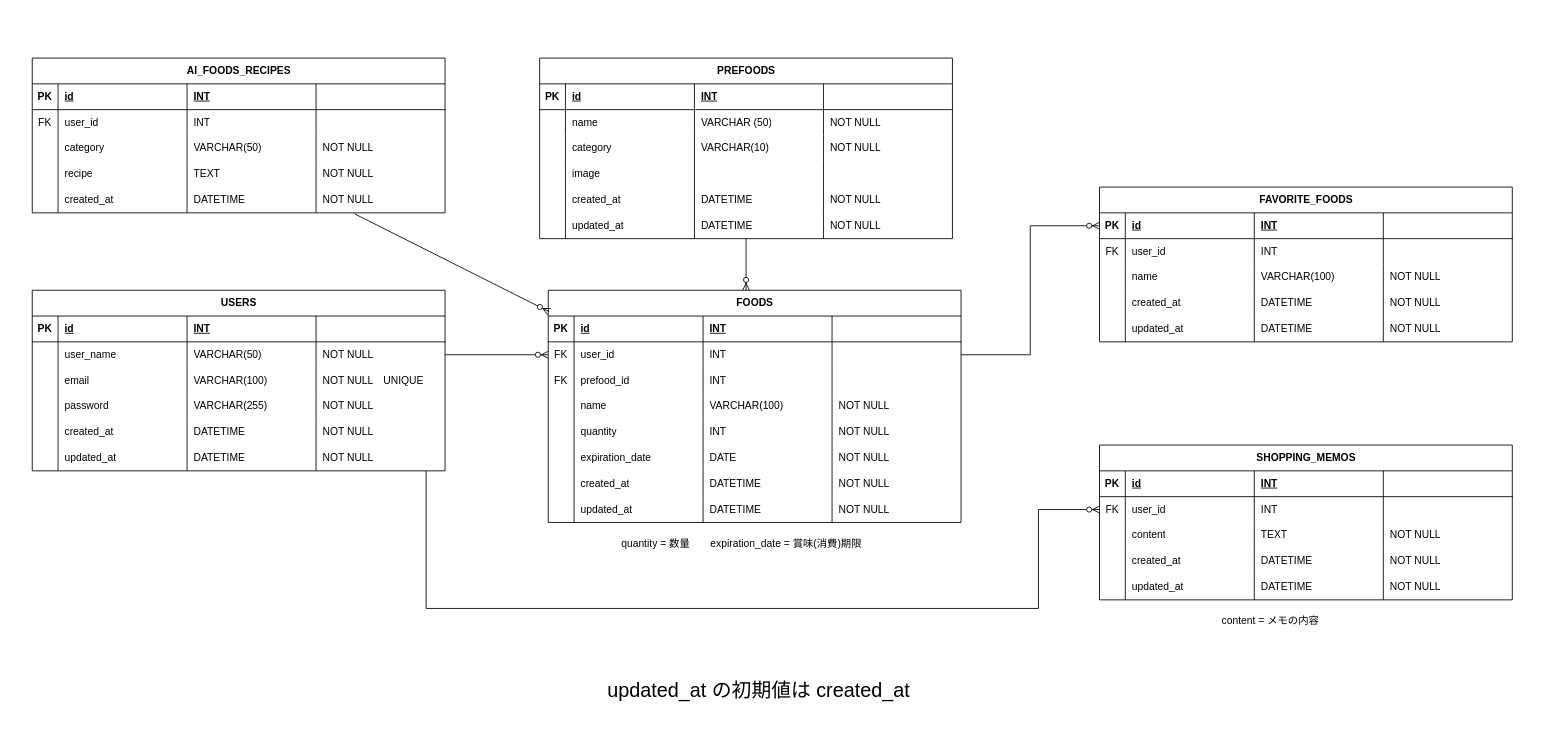
Above: docs/er_diagram.drawio in Team-Eproject/Team-Eproject (draw.io), before the change. Source tidied: cells renumbered, new cells numbered last; positions are measured from the earlier drawing's top-left corner, leaving out a move shared by most shapes. Both pictures are drawn from the tidied source at 86%, with x=0, y=0 at pixel (32, 58).
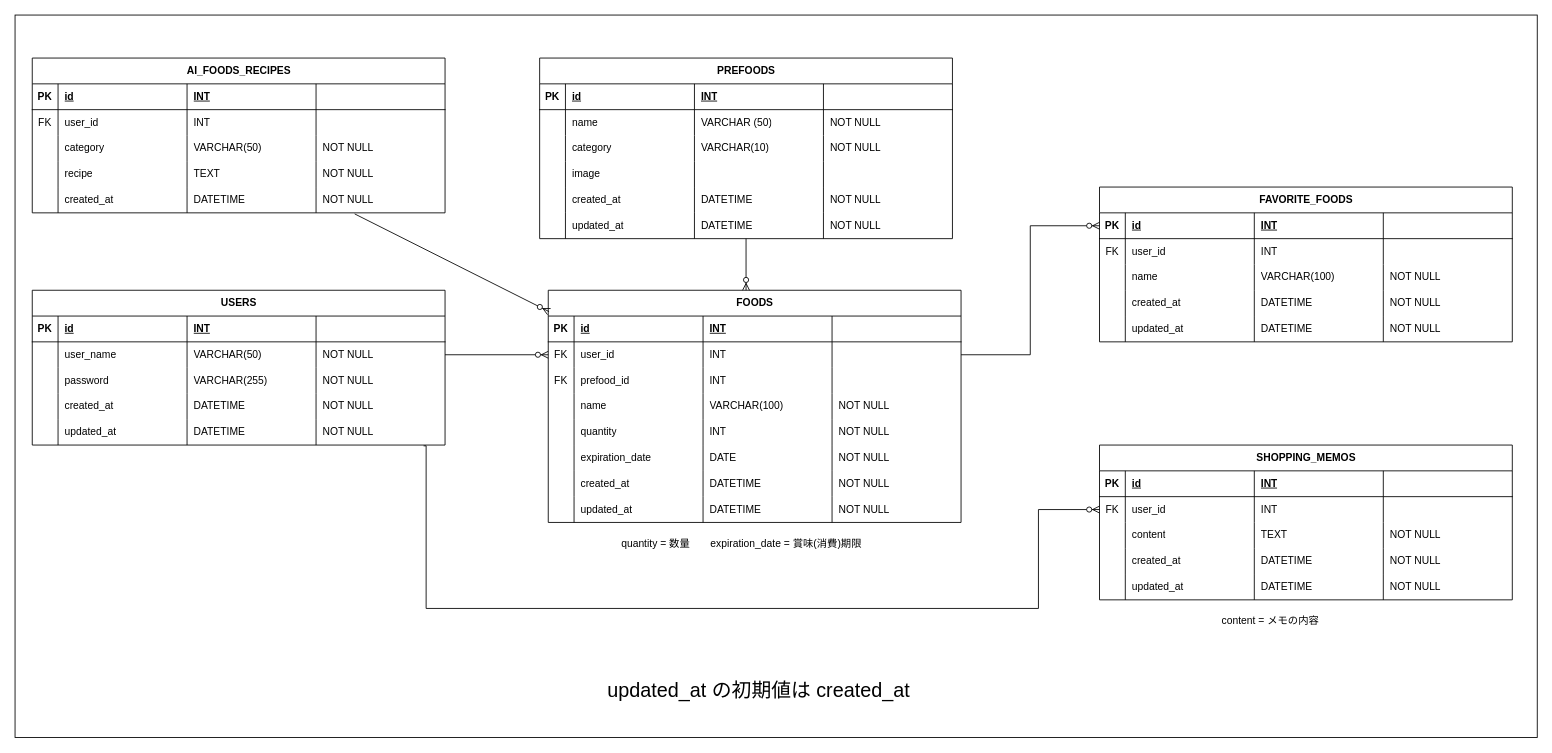
The same page after the edit.

Unchanged cells that the change refers to:
```xml
<mxCell id="137" style="shape=tableRow;horizontal=0;startSize=0;swimlaneHead=0;swimlaneBody=0;fillColor=none;points=[[0,0.5],[1,0.5]];portConstraint=eastwest;top=0;left=0;right=0;bottom=0;" parent="131" vertex="1">
  <mxGeometry y="60" width="480" height="30" as="geometry" />
</mxCell>
```

What changed in the source:
```diff
@@
+    <mxCell id="191" parent="0" />
+    <mxCell id="192" style="rounded=0;whiteSpace=wrap;html=1;" parent="191" vertex="1">
+      <mxGeometry x="-20" y="-50" width="1770" height="840" as="geometry" />
+    </mxCell>
@@
     <mxCell id="33" value="USERS" style="shape=table;startSize=30;childLayout=tableLayout;rowLines=0;fontStyle=1;align=center;html=1;" parent="1" vertex="1">
-      <mxGeometry y="270" width="480" height="210" as="geometry" />
+      <mxGeometry y="270" width="480" height="180" as="geometry" />
     </mxCell>
@@
-    <mxCell id="44" style="shape=tableRow;horizontal=0;startSize=0;swimlaneHead=0;swimlaneBody=0;fillColor=none;top=0;left=0;right=0;bottom=0;" parent="33" vertex="1">
-      <mxGeometry y="90" width="480" height="30" as="geometry" />
-    </mxCell>
-    <mxCell id="45" style="shape=partialRectangle;fillColor=none;top=0;left=0;bottom=0;right=0;overflow=hidden;whiteSpace=wrap;html=1;" parent="44" vertex="1">
-      <mxGeometry width="30" height="30" as="geometry" />
-    </mxCell>
-    <mxCell id="46" value="email" style="shape=partialRectangle;fillColor=none;top=0;left=0;bottom=0;right=0;align=left;spacingLeft=6;overflow=hidden;whiteSpace=wrap;html=1;" parent="44" vertex="1">
-      <mxGeometry x="30" width="150" height="30" as="geometry" />
-    </mxCell>
-    <mxCell id="47" value="VARCHAR(100)" style="shape=partialRectangle;fillColor=none;top=0;left=0;bottom=0;right=0;align=left;spacingLeft=6;overflow=hidden;whiteSpace=wrap;html=1;" parent="44" vertex="1">
-      <mxGeometry x="180" width="150" height="30" as="geometry" />
-    </mxCell>
-    <mxCell id="48" value="NOT NULL　UNIQUE" style="shape=partialRectangle;fillColor=none;top=0;left=0;bottom=0;right=0;align=left;spacingLeft=6;overflow=hidden;whiteSpace=wrap;html=1;" parent="44" vertex="1">
-      <mxGeometry x="330" width="150" height="30" as="geometry" />
-    </mxCell>
     <mxCell id="49" style="shape=tableRow;horizontal=0;startSize=0;swimlaneHead=0;swimlaneBody=0;fillColor=none;top=0;left=0;right=0;bottom=0;" parent="33" vertex="1">
-      <mxGeometry y="120" width="480" height="30" as="geometry" />
+      <mxGeometry y="90" width="480" height="30" as="geometry" />
     </mxCell>
@@
     <mxCell id="54" style="shape=tableRow;horizontal=0;startSize=0;swimlaneHead=0;swimlaneBody=0;fillColor=none;top=0;left=0;right=0;bottom=0;" parent="33" vertex="1">
-      <mxGeometry y="150" width="480" height="30" as="geometry" />
+      <mxGeometry y="120" width="480" height="30" as="geometry" />
     </mxCell>
@@
     <mxCell id="59" style="shape=tableRow;horizontal=0;startSize=0;swimlaneHead=0;swimlaneBody=0;fillColor=none;points=[[0,0.5],[1,0.5]];portConstraint=eastwest;top=0;left=0;right=0;bottom=0;" parent="33" vertex="1">
-      <mxGeometry y="180" width="480" height="30" as="geometry" />
+      <mxGeometry y="150" width="480" height="30" as="geometry" />
     </mxCell>
@@
-    <mxCell id="160" style="edgeStyle=orthogonalEdgeStyle;fontSize=12;html=1;endArrow=ERzeroToMany;endFill=1;rounded=0;entryX=0;entryY=0.5;entryDx=0;entryDy=0;" parent="1" edge="1" target="137">
+    <mxCell id="160" style="edgeStyle=orthogonalEdgeStyle;fontSize=12;html=1;endArrow=ERzeroToMany;endFill=1;rounded=0;entryX=0;entryY=0.5;entryDx=0;entryDy=0;exitX=0.948;exitY=1.031;exitDx=0;exitDy=0;exitPerimeter=0;" parent="1" edge="1" source="59" target="137">
       <mxGeometry relative="1" as="geometry">
-        <mxPoint x="458" y="480" as="sourcePoint" />
         <Array as="points">
+          <mxPoint x="458" y="451" />
           <mxPoint x="458" y="640" />
           <mxPoint x="1170" y="640" />
           <mxPoint x="1170" y="525" />
         </Array>
       </mxGeometry>
     </mxCell>
```
